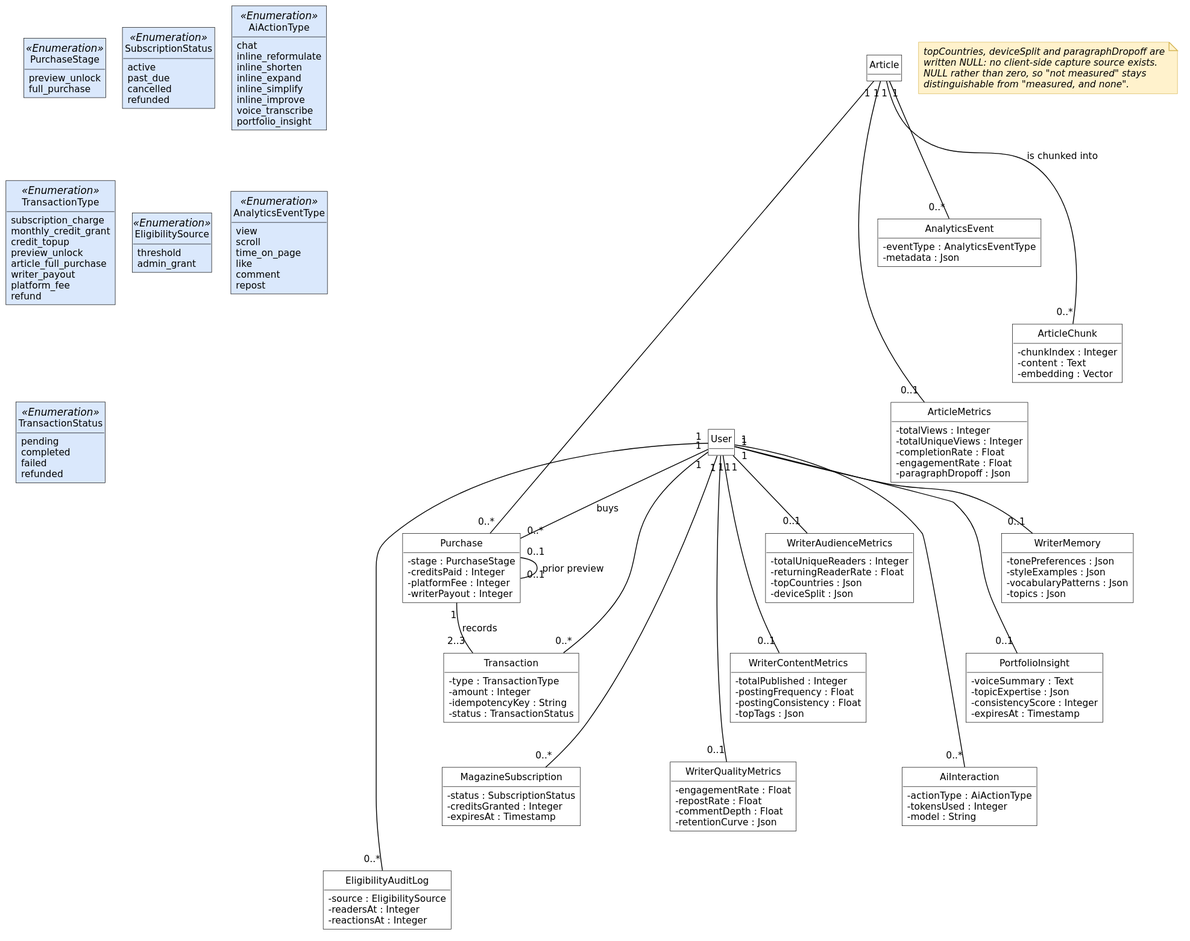
The PlantUML diagram diagrams/fig-2-3-classes-ai-marketplace-analytics/fig-2-3-classes-ai-marketplace-analytics.svg in inkwell-dev/spec.inkwell.ai, before a commit. The source it was exported from:
```plantuml
@startuml
!include ../_style.puml
skinparam nodesep 20
skinparam ranksep 45
hide circle
hide methods

class User
class Article

class ArticleChunk {
  - chunkIndex : Integer
  - content : Text
  - embedding : Vector
}
class WriterMemory {
  - tonePreferences : Json
  - styleExamples : Json
  - vocabularyPatterns : Json
  - topics : Json
}
class PortfolioInsight {
  - voiceSummary : Text
  - topicExpertise : Json
  - consistencyScore : Integer
  - expiresAt : Timestamp
}
class AiInteraction {
  - actionType : AiActionType
  - tokensUsed : Integer
  - model : String
}
class Purchase {
  - stage : PurchaseStage
  - creditsPaid : Integer
  - platformFee : Integer
  - writerPayout : Integer
}
class Transaction {
  - type : TransactionType
  - amount : Integer
  - idempotencyKey : String
  - status : TransactionStatus
}
class MagazineSubscription {
  - status : SubscriptionStatus
  - creditsGranted : Integer
  - expiresAt : Timestamp
}
class EligibilityAuditLog {
  - source : EligibilitySource
  - readersAt : Integer
  - reactionsAt : Integer
}
class AnalyticsEvent {
  - eventType : AnalyticsEventType
  - metadata : Json
}
class ArticleMetrics {
  - totalViews : Integer
  - totalUniqueViews : Integer
  - completionRate : Float
  - engagementRate : Float
  - paragraphDropoff : Json
}
class WriterAudienceMetrics {
  - totalUniqueReaders : Integer
  - returningReaderRate : Float
  - topCountries : Json
  - deviceSplit : Json
}
class WriterContentMetrics {
  - totalPublished : Integer
  - postingFrequency : Float
  - postingConsistency : Float
  - topTags : Json
}
class WriterQualityMetrics {
  - engagementRate : Float
  - repostRate : Float
  - commentDepth : Float
  - retentionCurve : Json
}

class PurchaseStage <<Enumeration>> {
  preview_unlock
  full_purchase
}
class TransactionType <<Enumeration>> {
  subscription_charge
  monthly_credit_grant
  credit_topup
  preview_unlock
  article_full_purchase
  writer_payout
  platform_fee
  refund
}
class TransactionStatus <<Enumeration>> {
  pending
  completed
  failed
  refunded
}
class SubscriptionStatus <<Enumeration>> {
  active
  past_due
  cancelled
  refunded
}
class EligibilitySource <<Enumeration>> {
  threshold
  admin_grant
}
class AiActionType <<Enumeration>> {
  chat
  inline_reformulate
  inline_shorten
  inline_expand
  inline_simplify
  inline_improve
  voice_transcribe
  portfolio_insight
}
class AnalyticsEventType <<Enumeration>> {
  view
  scroll
  time_on_page
  like
  comment
  repost
}

Article "1" -- "0..*" ArticleChunk : is chunked into
User "1" -- "0..1" WriterMemory
User "1" -- "0..1" PortfolioInsight
User "1" -- "0..*" AiInteraction
Article "1" -- "0..*" Purchase
User "1" -- "0..*" Purchase : buys
Purchase "0..1" -- "0..1" Purchase : prior preview
Purchase "1" -- "2..3" Transaction : records
User "1" -- "0..*" Transaction
User "1" -- "0..*" MagazineSubscription
User "1" -- "0..*" EligibilityAuditLog
Article "1" -- "0..*" AnalyticsEvent
Article "1" -- "0..1" ArticleMetrics
User "1" -- "0..1" WriterAudienceMetrics
User "1" -- "0..1" WriterContentMetrics
User "1" -- "0..1" WriterQualityMetrics

note as N1
  topCountries, deviceSplit and paragraphDropoff are
  written NULL: no client-side capture source exists.
  NULL rather than zero, so "not measured" stays
  distinguishable from "measured, and none".
end note

ArticleChunk -[hidden]down- WriterMemory
WriterMemory -[hidden]down- PortfolioInsight
PortfolioInsight -[hidden]down- AiInteraction
Purchase -[hidden]down- Transaction
Transaction -[hidden]down- MagazineSubscription
MagazineSubscription -[hidden]down- EligibilityAuditLog
AnalyticsEvent -[hidden]down- ArticleMetrics
ArticleMetrics -[hidden]down- WriterAudienceMetrics
WriterAudienceMetrics -[hidden]down- WriterContentMetrics
WriterContentMetrics -[hidden]down- WriterQualityMetrics
PurchaseStage -[hidden]down- TransactionType
TransactionType -[hidden]down- TransactionStatus
SubscriptionStatus -[hidden]down- EligibilitySource
AiActionType -[hidden]down- AnalyticsEventType
PurchaseStage -[hidden]right- SubscriptionStatus
SubscriptionStatus -[hidden]right- AiActionType
@enduml
```
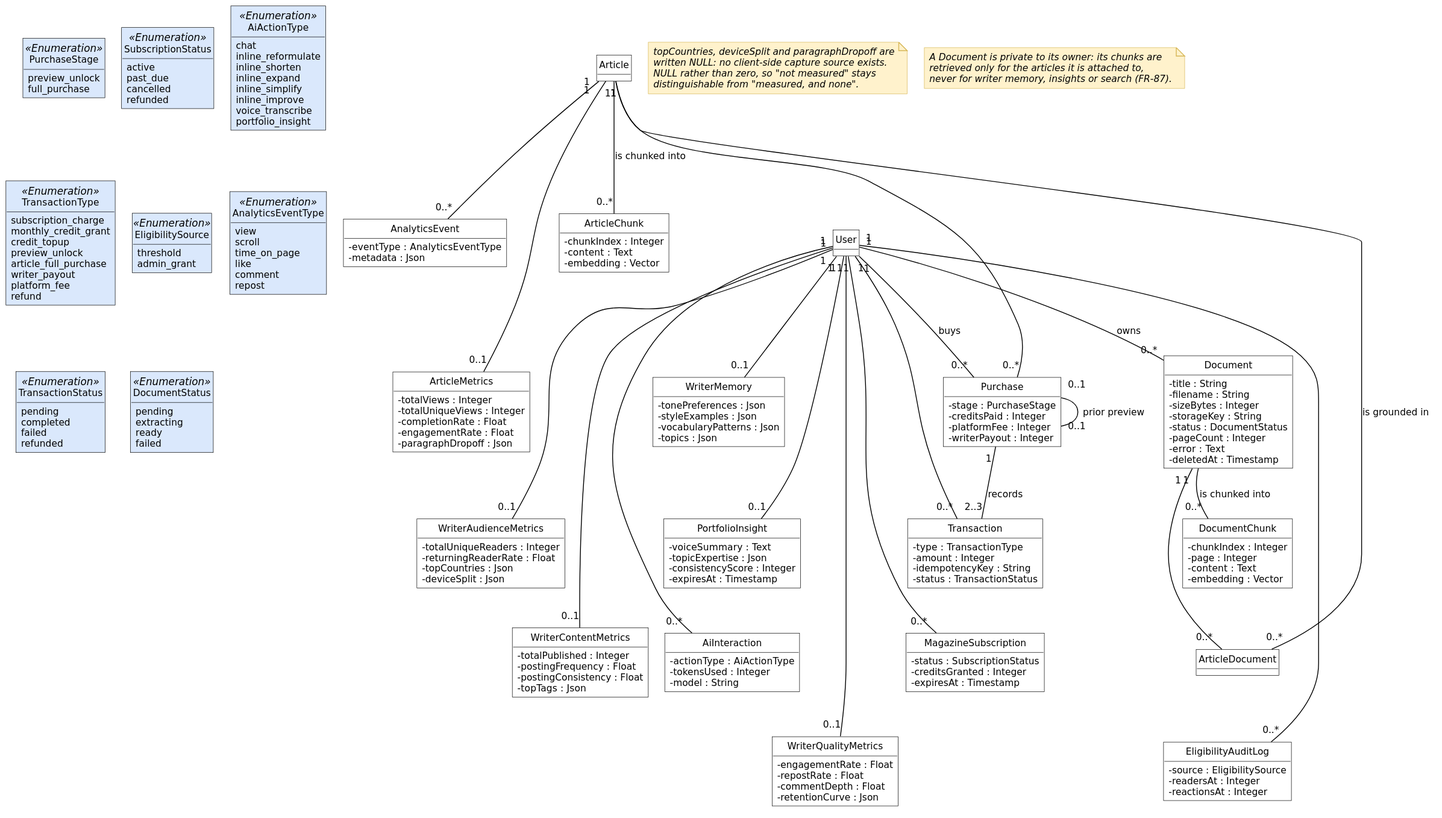
The same diagram one commit later.

Commit message:
docs(diagrams): redraw fig-2-3 with the document library

Change to the diagram source:
```diff
@@ -25,6 +25,23 @@
   - consistencyScore : Integer
   - expiresAt : Timestamp
 }
+class Document {
+  - title : String
+  - filename : String
+  - sizeBytes : Integer
+  - storageKey : String
+  - status : DocumentStatus
+  - pageCount : Integer
+  - error : Text
+  - deletedAt : Timestamp
+}
+class DocumentChunk {
+  - chunkIndex : Integer
+  - page : Integer
+  - content : Text
+  - embedding : Vector
+}
+class ArticleDocument
 class AiInteraction {
   - actionType : AiActionType
   - tokensUsed : Integer
@@ -112,6 +129,12 @@
   threshold
   admin_grant
 }
+class DocumentStatus <<Enumeration>> {
+  pending
+  extracting
+  ready
+  failed
+}
 class AiActionType <<Enumeration>> {
   chat
   inline_reformulate
@@ -135,6 +158,10 @@
 User "1" -- "0..1" WriterMemory
 User "1" -- "0..1" PortfolioInsight
 User "1" -- "0..*" AiInteraction
+User "1" -- "0..*" Document : owns
+Document "1" -- "0..*" DocumentChunk : is chunked into
+Document "1" -- "0..*" ArticleDocument
+Article "1" -- "0..*" ArticleDocument : is grounded in
 Article "1" -- "0..*" Purchase
 User "1" -- "0..*" Purchase : buys
 Purchase "0..1" -- "0..1" Purchase : prior preview
@@ -155,9 +182,17 @@
   distinguishable from "measured, and none".
 end note
 
+note as N2
+  A Document is private to its owner: its chunks are
+  retrieved only for the articles it is attached to,
+  never for writer memory, insights or search (FR-87).
+end note
+
 ArticleChunk -[hidden]down- WriterMemory
 WriterMemory -[hidden]down- PortfolioInsight
 PortfolioInsight -[hidden]down- AiInteraction
+Document -[hidden]down- DocumentChunk
+DocumentChunk -[hidden]down- ArticleDocument
 Purchase -[hidden]down- Transaction
 Transaction -[hidden]down- MagazineSubscription
 MagazineSubscription -[hidden]down- EligibilityAuditLog
@@ -168,6 +203,7 @@
 PurchaseStage -[hidden]down- TransactionType
 TransactionType -[hidden]down- TransactionStatus
 SubscriptionStatus -[hidden]down- EligibilitySource
+EligibilitySource -[hidden]down- DocumentStatus
 AiActionType -[hidden]down- AnalyticsEventType
 PurchaseStage -[hidden]right- SubscriptionStatus
 SubscriptionStatus -[hidden]right- AiActionType
```
